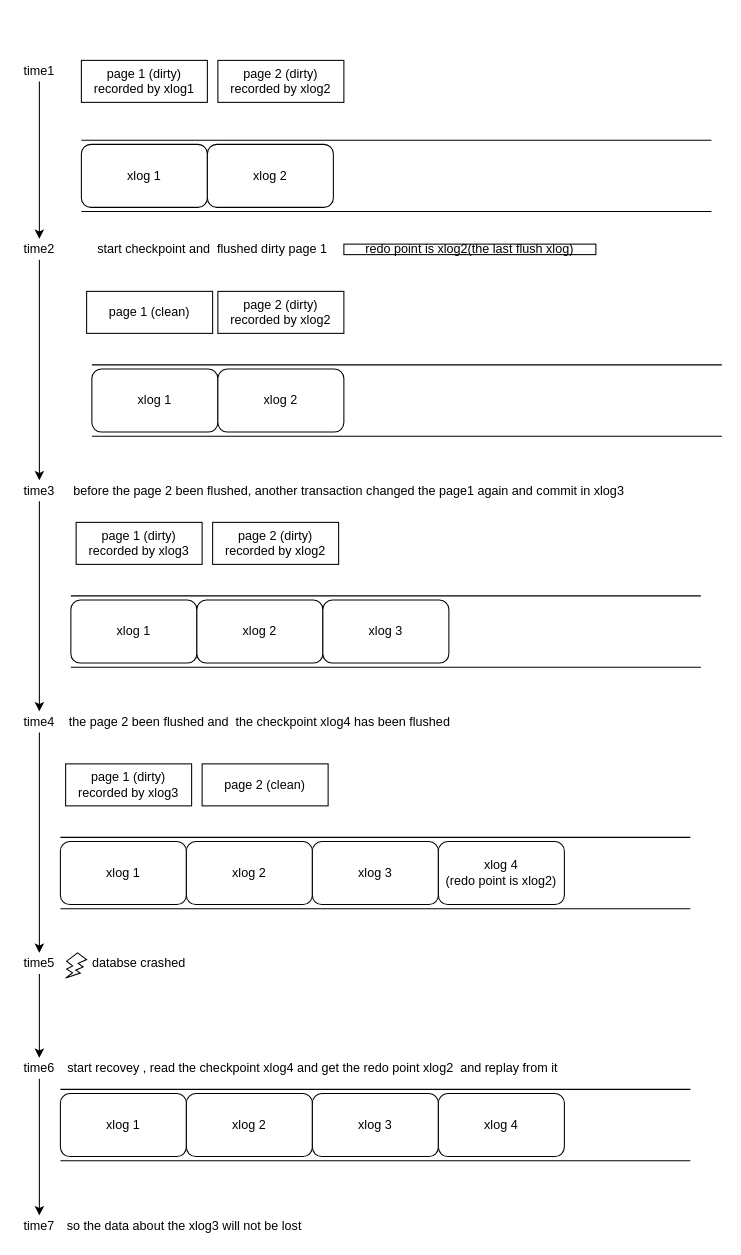
Earlier version of the draw.io diagram checkpoint_redopoint.drawio (MinXuFan/postgres). Source tidied: cells renumbered, new cells numbered last; positions are measured from the earlier drawing's top-left corner, leaving out a move shared by most shapes. Both pictures are drawn from the tidied source at 105%, with x=0, y=0 at pixel (18, 60).
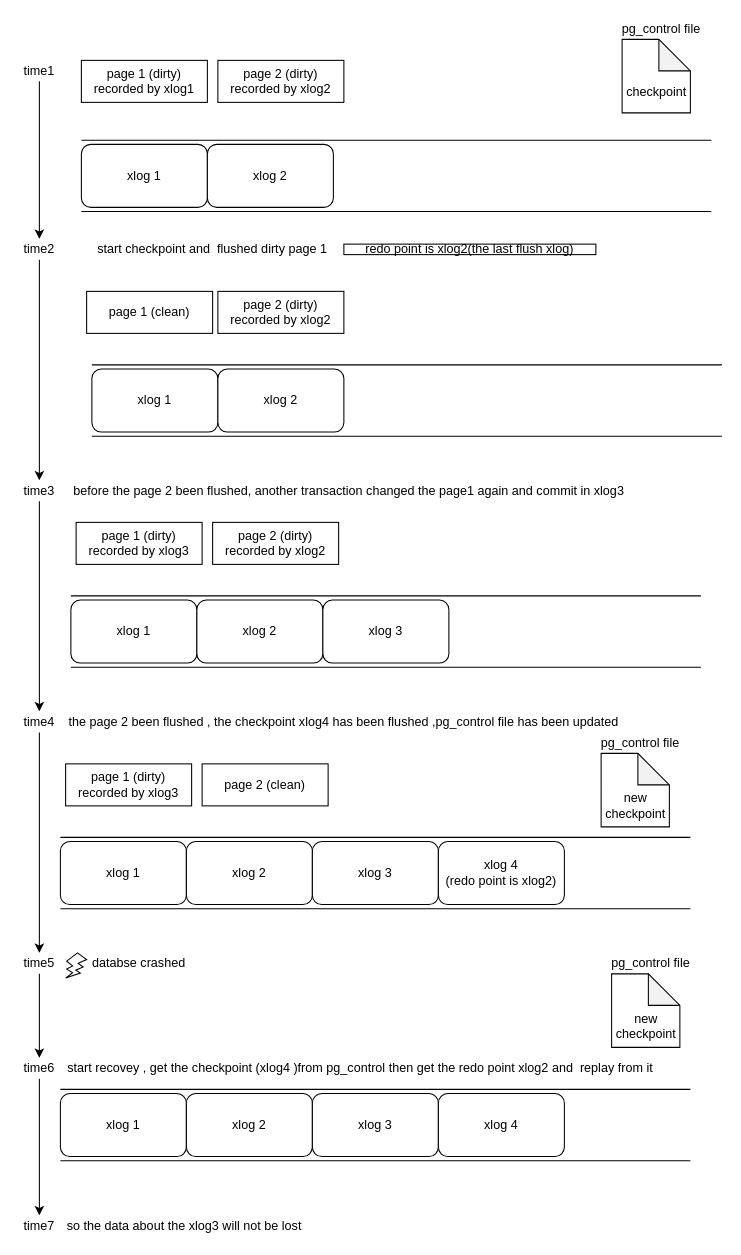
The same page after the edit.

Diff of the diagram source:
```diff
@@
-    <mxCell id="43" value="the page 2 been flushed and&amp;nbsp; the checkpoint xlog4 has been flushed" style="text;html=1;strokeColor=none;fillColor=none;align=center;verticalAlign=middle;whiteSpace=wrap;rounded=0;" parent="1" vertex="1">
-      <mxGeometry x="30" y="620" width="400" height="20" as="geometry" />
+    <mxCell id="43" value="the page 2 been flushed , the checkpoint xlog4 has been flushed ,pg_control file has been updated" style="text;html=1;strokeColor=none;fillColor=none;align=center;verticalAlign=middle;whiteSpace=wrap;rounded=0;" parent="1" vertex="1">
+      <mxGeometry x="45" y="620" width="530" height="20" as="geometry" />
     </mxCell>
@@
-    <mxCell id="54" value="start recovey , read the checkpoint xlog4 and get the redo point xlog2&amp;nbsp; and replay from it&amp;nbsp;&amp;nbsp;" style="text;html=1;strokeColor=none;fillColor=none;align=left;verticalAlign=middle;whiteSpace=wrap;rounded=0;" parent="1" vertex="1">
-      <mxGeometry x="45" y="950" width="490" height="20" as="geometry" />
+    <mxCell id="54" value="start recovey , get the checkpoint (xlog4 )from pg_control then get the redo point xlog2 and&amp;nbsp; replay from it&amp;nbsp;&amp;nbsp;" style="text;html=1;strokeColor=none;fillColor=none;align=left;verticalAlign=middle;whiteSpace=wrap;rounded=0;" parent="1" vertex="1">
+      <mxGeometry x="45" y="950" width="595" height="20" as="geometry" />
     </mxCell>
@@
+    <mxCell id="56" style="group;" parent="1" vertex="1">
+      <mxGeometry x="560" y="-40" width="105" height="90" as="geometry" />
+    </mxCell>
+    <mxCell id="57" style="shape=note;whiteSpace=wrap;html=1;backgroundOutline=1;darkOpacity=0.05;" parent="56" vertex="1">
+      <mxGeometry x="15" y="20" width="65" height="70" as="geometry" />
+    </mxCell>
+    <mxCell id="58" value="checkpoint" style="text;html=1;strokeColor=none;fillColor=none;align=center;verticalAlign=middle;whiteSpace=wrap;rounded=0;" parent="56" vertex="1">
+      <mxGeometry x="32.5" y="60" width="30" height="20" as="geometry" />
+    </mxCell>
+    <mxCell id="59" value="pg_control file" style="text;html=1;strokeColor=none;fillColor=none;align=center;verticalAlign=middle;whiteSpace=wrap;rounded=0;" parent="56" vertex="1">
+      <mxGeometry width="105" height="20" as="geometry" />
+    </mxCell>
+    <mxCell id="60" style="group;" parent="1" vertex="1">
+      <mxGeometry x="540" y="640" width="105" height="90" as="geometry" />
+    </mxCell>
+    <mxCell id="61" style="shape=note;whiteSpace=wrap;html=1;backgroundOutline=1;darkOpacity=0.05;" parent="60" vertex="1">
+      <mxGeometry x="15" y="20" width="65" height="70" as="geometry" />
+    </mxCell>
+    <mxCell id="62" value="new&lt;br&gt;checkpoint" style="text;html=1;strokeColor=none;fillColor=none;align=center;verticalAlign=middle;whiteSpace=wrap;rounded=0;" parent="60" vertex="1">
+      <mxGeometry x="32.5" y="60" width="30" height="20" as="geometry" />
+    </mxCell>
+    <mxCell id="63" value="pg_control file" style="text;html=1;strokeColor=none;fillColor=none;align=center;verticalAlign=middle;whiteSpace=wrap;rounded=0;" parent="60" vertex="1">
+      <mxGeometry width="105" height="20" as="geometry" />
+    </mxCell>
+    <mxCell id="64" style="group;" parent="1" vertex="1">
+      <mxGeometry x="550" y="850" width="105" height="90" as="geometry" />
+    </mxCell>
+    <mxCell id="65" style="shape=note;whiteSpace=wrap;html=1;backgroundOutline=1;darkOpacity=0.05;" parent="64" vertex="1">
+      <mxGeometry x="15" y="20" width="65" height="70" as="geometry" />
+    </mxCell>
+    <mxCell id="66" value="new&lt;br&gt;checkpoint" style="text;html=1;strokeColor=none;fillColor=none;align=center;verticalAlign=middle;whiteSpace=wrap;rounded=0;" parent="64" vertex="1">
+      <mxGeometry x="32.5" y="60" width="30" height="20" as="geometry" />
+    </mxCell>
+    <mxCell id="67" value="pg_control file" style="text;html=1;strokeColor=none;fillColor=none;align=center;verticalAlign=middle;whiteSpace=wrap;rounded=0;" parent="64" vertex="1">
+      <mxGeometry width="105" height="20" as="geometry" />
+    </mxCell>
```
